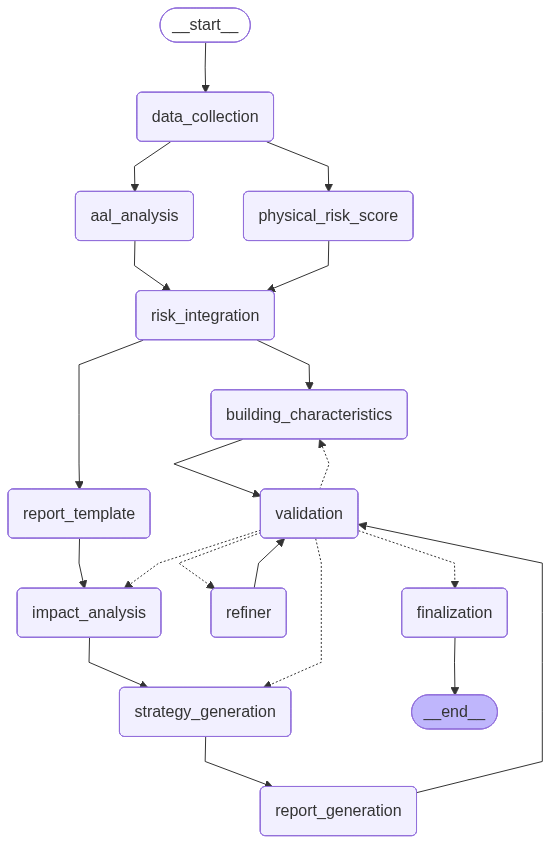
This is ai_agent/workflow_diagram.png from On-Do-Polaris/polaris_backend_fastapi, a Mermaid export, as it was before one commit. Its source is kept beside it as ai_agent/workflow_diagram.mmd.
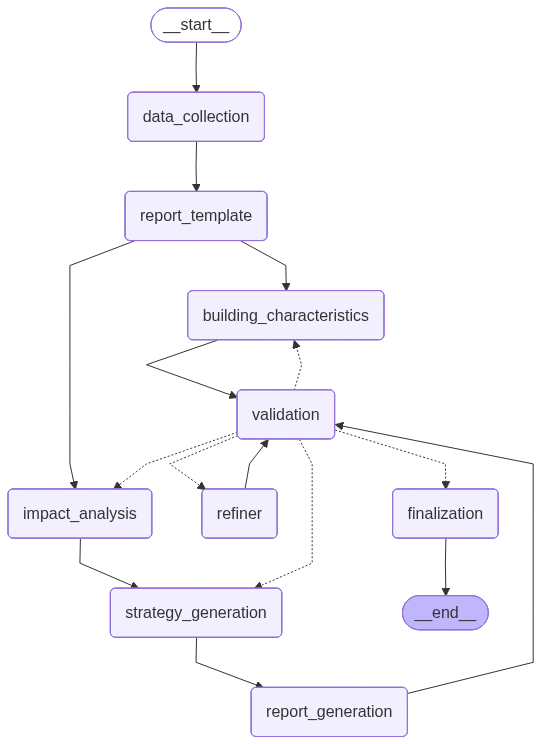
Above is the later version.

Change to the diagram source:
```diff
@@ -6,9 +6,6 @@
 graph TD;
 	__start__([<p>__start__</p>]):::first
 	data_collection(data_collection)
-	physical_risk_score(physical_risk_score)
-	aal_analysis(aal_analysis)
-	risk_integration(risk_integration)
 	building_characteristics(building_characteristics)
 	report_template(report_template)
 	impact_analysis(impact_analysis)
@@ -19,17 +16,13 @@
 	finalization(finalization)
 	__end__([<p>__end__</p>]):::last
 	__start__ --> data_collection;
-	aal_analysis --> risk_integration;
 	building_characteristics --> validation;
-	data_collection --> aal_analysis;
-	data_collection --> physical_risk_score;
+	data_collection --> report_template;
 	impact_analysis --> strategy_generation;
-	physical_risk_score --> risk_integration;
 	refiner --> validation;
 	report_generation --> validation;
+	report_template --> building_characteristics;
 	report_template --> impact_analysis;
-	risk_integration --> building_characteristics;
-	risk_integration --> report_template;
 	strategy_generation --> report_generation;
 	validation -.-> building_characteristics;
 	validation -.-> finalization;
```
